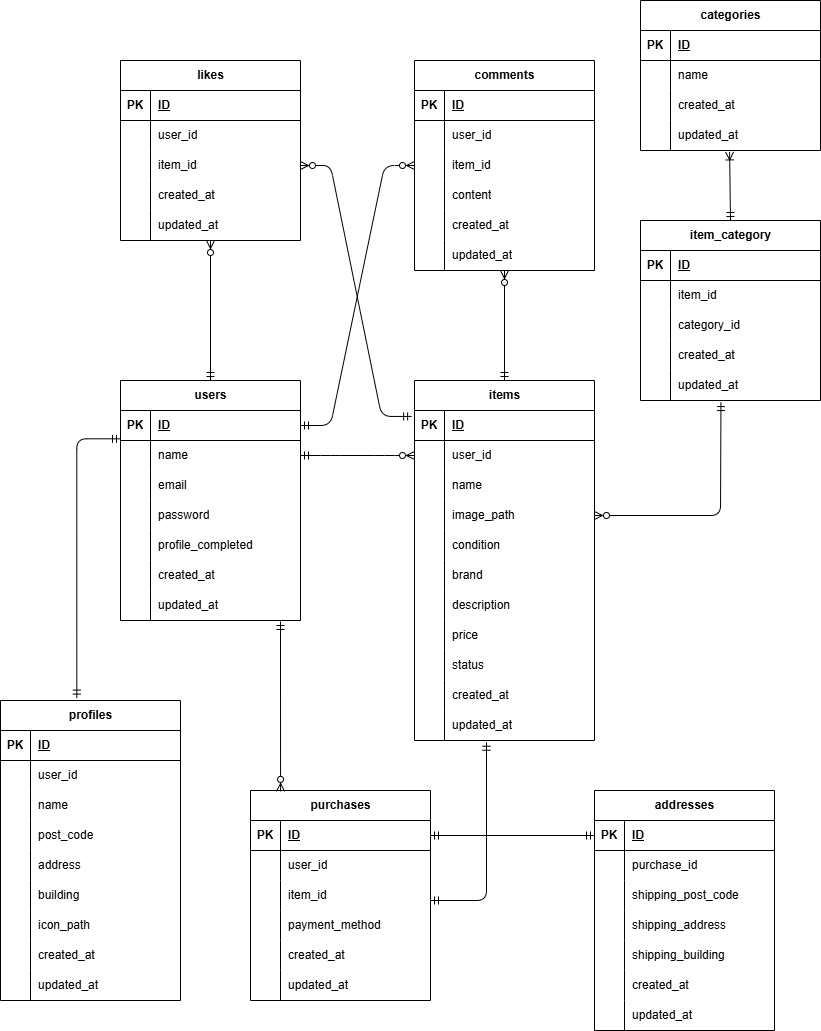
The draw.io diagram flea-market-app.drawio.png in ikemi-yuki/flea-market-app, before a commit. Source tidied: cells renumbered, new cells last; positions are measured from the earlier drawing's top-left corner, leaving out a move shared by most shapes.
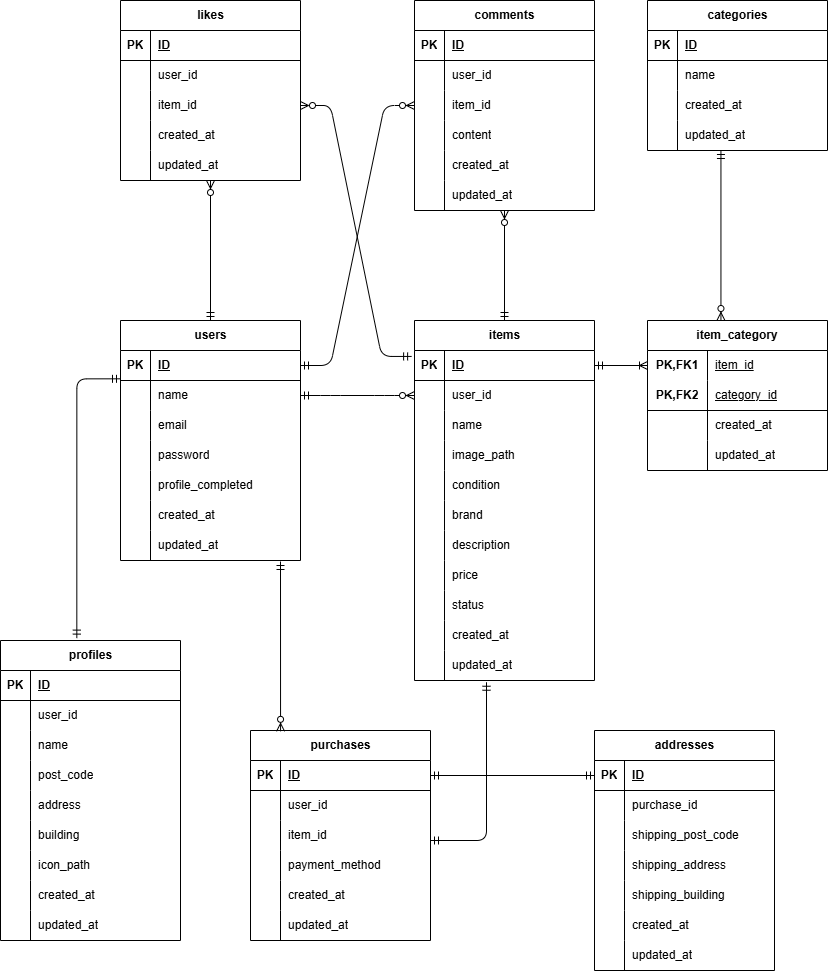
The same file after the commit.

Commit message:
中間テーブル・ER図修正

Change to the diagram source:
```diff
@@ -3,7 +3,7 @@
     <mxCell id="0" />
     <mxCell id="1" parent="0" />
     <mxCell id="2" value="categories" style="shape=table;startSize=30;rowLines=0;fontStyle=1;align=center;html=1;" parent="1" vertex="1">
-      <mxGeometry x="640" width="180" height="150" as="geometry" />
+      <mxGeometry x="647" y="60" width="180" height="150" as="geometry" />
     </mxCell>
     <mxCell id="3" style="shape=tableRow;horizontal=0;startSize=0;swimlaneHead=0;swimlaneBody=0;fillColor=none;top=0;left=0;right=0;bottom=1;" parent="2" vertex="1">
       <mxGeometry y="30" width="180" height="30" as="geometry" />
@@ -107,54 +107,6 @@
     <mxCell id="36" value="updated_at" style="shape=partialRectangle;fillColor=none;top=0;left=0;bottom=0;right=0;align=left;spacingLeft=6;overflow=hidden;whiteSpace=wrap;html=1;" parent="34" vertex="1">
       <mxGeometry x="30" width="150" height="30" as="geometry" />
     </mxCell>
-    <mxCell id="37" value="item_category" style="shape=table;startSize=30;rowLines=0;fontStyle=1;align=center;html=1;" parent="1" vertex="1">
-      <mxGeometry x="640" y="220" width="180" height="180" as="geometry" />
-    </mxCell>
-    <mxCell id="38" style="shape=tableRow;horizontal=0;startSize=0;swimlaneHead=0;swimlaneBody=0;fillColor=none;top=0;left=0;right=0;bottom=1;" parent="37" vertex="1">
-      <mxGeometry y="30" width="180" height="30" as="geometry" />
-    </mxCell>
-    <mxCell id="39" value="PK" style="shape=partialRectangle;fillColor=none;top=0;left=0;bottom=0;right=0;fontStyle=1;overflow=hidden;whiteSpace=wrap;html=1;" parent="38" vertex="1">
-      <mxGeometry width="30" height="30" as="geometry" />
-    </mxCell>
-    <mxCell id="40" value="ID" style="shape=partialRectangle;fillColor=none;top=0;left=0;bottom=0;right=0;align=left;spacingLeft=6;fontStyle=5;overflow=hidden;whiteSpace=wrap;html=1;" parent="38" vertex="1">
-      <mxGeometry x="30" width="150" height="30" as="geometry" />
-    </mxCell>
-    <mxCell id="41" style="shape=tableRow;horizontal=0;startSize=0;swimlaneHead=0;swimlaneBody=0;fillColor=none;top=0;left=0;right=0;bottom=0;" parent="37" vertex="1">
-      <mxGeometry y="60" width="180" height="30" as="geometry" />
-    </mxCell>
-    <mxCell id="42" style="shape=partialRectangle;fillColor=none;top=0;left=0;bottom=0;right=0;overflow=hidden;whiteSpace=wrap;html=1;" parent="41" vertex="1">
-      <mxGeometry width="30" height="30" as="geometry" />
-    </mxCell>
-    <mxCell id="43" value="item_id" style="shape=partialRectangle;fillColor=none;top=0;left=0;bottom=0;right=0;align=left;spacingLeft=6;overflow=hidden;whiteSpace=wrap;html=1;" parent="41" vertex="1">
-      <mxGeometry x="30" width="150" height="30" as="geometry" />
-    </mxCell>
-    <mxCell id="44" style="shape=tableRow;horizontal=0;startSize=0;swimlaneHead=0;swimlaneBody=0;fillColor=none;top=0;left=0;right=0;bottom=0;" parent="37" vertex="1">
-      <mxGeometry y="90" width="180" height="30" as="geometry" />
-    </mxCell>
-    <mxCell id="45" style="shape=partialRectangle;fillColor=none;top=0;left=0;bottom=0;right=0;overflow=hidden;whiteSpace=wrap;html=1;" parent="44" vertex="1">
-      <mxGeometry width="30" height="30" as="geometry" />
-    </mxCell>
-    <mxCell id="46" value="category_id" style="shape=partialRectangle;fillColor=none;top=0;left=0;bottom=0;right=0;align=left;spacingLeft=6;overflow=hidden;whiteSpace=wrap;html=1;" parent="44" vertex="1">
-      <mxGeometry x="30" width="150" height="30" as="geometry" />
-    </mxCell>
-    <mxCell id="47" style="shape=tableRow;horizontal=0;startSize=0;swimlaneHead=0;swimlaneBody=0;fillColor=none;top=0;left=0;right=0;bottom=0;" parent="37" vertex="1">
-      <mxGeometry y="120" width="180" height="30" as="geometry" />
-    </mxCell>
-    <mxCell id="48" style="shape=partialRectangle;fillColor=none;top=0;left=0;bottom=0;right=0;overflow=hidden;whiteSpace=wrap;html=1;" parent="47" vertex="1">
-      <mxGeometry width="30" height="30" as="geometry" />
-    </mxCell>
-    <mxCell id="49" value="created_at" style="shape=partialRectangle;fillColor=none;top=0;left=0;bottom=0;right=0;align=left;spacingLeft=6;overflow=hidden;whiteSpace=wrap;html=1;" parent="47" vertex="1">
-      <mxGeometry x="30" width="150" height="30" as="geometry" />
-    </mxCell>
-    <mxCell id="50" style="shape=tableRow;horizontal=0;startSize=0;swimlaneHead=0;swimlaneBody=0;fillColor=none;points=[[0,0.5],[1,0.5]];portConstraint=eastwest;top=0;left=0;right=0;bottom=0;" parent="37" vertex="1">
-      <mxGeometry y="150" width="180" height="30" as="geometry" />
-    </mxCell>
-    <mxCell id="51" style="shape=partialRectangle;fillColor=none;top=0;left=0;bottom=0;right=0;overflow=hidden;whiteSpace=wrap;html=1;" parent="50" vertex="1">
-      <mxGeometry width="30" height="30" as="geometry" />
-    </mxCell>
-    <mxCell id="52" value="updated_at" style="shape=partialRectangle;fillColor=none;top=0;left=0;bottom=0;right=0;align=left;spacingLeft=6;overflow=hidden;whiteSpace=wrap;html=1;" parent="50" vertex="1">
-      <mxGeometry x="30" width="150" height="30" as="geometry" />
-    </mxCell>
     <mxCell id="53" value="addresses" style="shape=table;startSize=30;rowLines=0;fontStyle=1;align=center;html=1;" parent="1" vertex="1">
       <mxGeometry x="594" y="790" width="180" height="240" as="geometry" />
     </mxCell>
@@ -587,15 +539,11 @@
     <mxCell id="196" style="fontSize=12;html=1;endArrow=ERzeroToMany;startArrow=ERmandOne;exitX=0.5;exitY=0;exitDx=0;exitDy=0;" parent="1" edge="1" source="141" target="138">
       <mxGeometry relative="1" as="geometry" />
     </mxCell>
-    <mxCell id="197" style="fontSize=12;html=1;endArrow=ERoneToMany;startArrow=ERmandOne;exitX=0.5;exitY=0;exitDx=0;exitDy=0;entryX=0.495;entryY=1.047;entryDx=0;entryDy=0;entryPerimeter=0;" parent="1" edge="1" source="37" target="12">
+    <mxCell id="197" style="fontSize=12;html=1;endArrow=ERmandOne;startArrow=ERzeroToMany;exitX=0.408;exitY=0;exitDx=0;exitDy=0;entryX=0.408;entryY=1;entryDx=0;entryDy=0;startFill=0;endFill=0;entryPerimeter=0;exitPerimeter=0;" parent="1" edge="1" source="37" target="12">
       <mxGeometry relative="1" as="geometry" />
     </mxCell>
-    <mxCell id="198" style="fontSize=12;html=1;endArrow=ERzeroToMany;startArrow=ERmandOne;exitX=0.447;exitY=1.069;exitDx=0;exitDy=0;exitPerimeter=0;entryX=1;entryY=0.5;entryDx=0;entryDy=0;endFill=0;" parent="1" edge="1" source="50" target="151">
-      <mxGeometry relative="1" as="geometry">
-        <Array as="points">
-          <mxPoint x="720" y="515" />
-        </Array>
-      </mxGeometry>
+    <mxCell id="198" style="fontSize=12;html=1;endArrow=ERmandOne;startArrow=ERoneToMany;entryX=1;entryY=0.5;entryDx=0;entryDy=0;endFill=0;exitX=0;exitY=0.5;exitDx=0;exitDy=0;startFill=0;" parent="1" edge="1" source="202" target="142">
+      <mxGeometry relative="1" as="geometry" />
     </mxCell>
     <mxCell id="199" style="fontSize=12;html=1;endArrow=ERmandOne;startArrow=ERmandOne;entryX=0.4;entryY=1.058;entryDx=0;entryDy=0;entryPerimeter=0;" parent="1" edge="1" target="172">
       <mxGeometry relative="1" as="geometry">
@@ -613,5 +561,44 @@
     <mxCell id="201" style="fontSize=12;html=1;endArrow=ERmandOne;startArrow=ERmandOne;exitX=0;exitY=0.5;exitDx=0;exitDy=0;entryX=1;entryY=0.5;entryDx=0;entryDy=0;" parent="1" edge="1" source="54" target="104">
       <mxGeometry relative="1" as="geometry" />
     </mxCell>
+    <mxCell id="37" value="&lt;span style=&quot;color: rgb(0, 0, 0); text-wrap-mode: nowrap;&quot;&gt;item_category&lt;/span&gt;" style="shape=table;startSize=30;rowLines=0;fontStyle=1;align=center;html=1;whiteSpace=wrap;" parent="1" vertex="1">
+      <mxGeometry x="647" y="380" width="180" height="150" as="geometry" />
+    </mxCell>
+    <mxCell id="202" style="shape=tableRow;horizontal=0;startSize=0;swimlaneHead=0;swimlaneBody=0;fillColor=none;points=[[0,0.5],[1,0.5]];portConstraint=eastwest;top=0;left=0;right=0;bottom=0;html=1;" parent="37" vertex="1">
+      <mxGeometry y="30" width="180" height="30" as="geometry" />
+    </mxCell>
+    <mxCell id="203" value="PK,FK1" style="shape=partialRectangle;fillColor=none;top=0;left=0;bottom=0;right=0;fontStyle=1;overflow=hidden;html=1;whiteSpace=wrap;" parent="202" vertex="1">
+      <mxGeometry width="60" height="30" as="geometry" />
+    </mxCell>
+    <mxCell id="43" value="&lt;span style=&quot;color: rgb(0, 0, 0); font-weight: 400;&quot;&gt;item_id&lt;/span&gt;" style="shape=partialRectangle;fillColor=none;top=0;left=0;bottom=0;right=0;align=left;spacingLeft=6;fontStyle=5;overflow=hidden;html=1;whiteSpace=wrap;" parent="202" vertex="1">
+      <mxGeometry x="60" width="120" height="30" as="geometry" />
+    </mxCell>
+    <mxCell id="204" style="shape=tableRow;horizontal=0;startSize=0;swimlaneHead=0;swimlaneBody=0;fillColor=none;top=0;left=0;right=0;bottom=1;html=1;" parent="37" vertex="1">
+      <mxGeometry y="60" width="180" height="30" as="geometry" />
+    </mxCell>
+    <mxCell id="205" value="PK,FK2" style="shape=partialRectangle;fillColor=none;top=0;left=0;bottom=0;right=0;fontStyle=1;overflow=hidden;html=1;whiteSpace=wrap;" parent="204" vertex="1">
+      <mxGeometry width="60" height="30" as="geometry" />
+    </mxCell>
+    <mxCell id="46" value="&lt;span style=&quot;color: rgb(0, 0, 0); font-weight: 400;&quot;&gt;category_id&lt;/span&gt;" style="shape=partialRectangle;fillColor=none;top=0;left=0;bottom=0;right=0;align=left;spacingLeft=6;fontStyle=5;overflow=hidden;html=1;whiteSpace=wrap;" parent="204" vertex="1">
+      <mxGeometry x="60" width="120" height="30" as="geometry" />
+    </mxCell>
+    <mxCell id="206" style="shape=tableRow;horizontal=0;startSize=0;swimlaneHead=0;swimlaneBody=0;fillColor=none;top=0;left=0;right=0;bottom=0;html=1;" parent="37" vertex="1">
+      <mxGeometry y="90" width="180" height="30" as="geometry" />
+    </mxCell>
+    <mxCell id="207" style="shape=partialRectangle;fillColor=none;top=0;left=0;bottom=0;right=0;overflow=hidden;html=1;whiteSpace=wrap;" parent="206" vertex="1">
+      <mxGeometry width="60" height="30" as="geometry" />
+    </mxCell>
+    <mxCell id="49" value="&lt;span style=&quot;color: rgb(0, 0, 0);&quot;&gt;created_at&lt;/span&gt;" style="shape=partialRectangle;fillColor=none;top=0;left=0;bottom=0;right=0;align=left;spacingLeft=6;overflow=hidden;html=1;whiteSpace=wrap;" parent="206" vertex="1">
+      <mxGeometry x="60" width="120" height="30" as="geometry" />
+    </mxCell>
+    <mxCell id="208" style="shape=tableRow;horizontal=0;startSize=0;swimlaneHead=0;swimlaneBody=0;fillColor=none;top=0;left=0;right=0;bottom=0;html=1;" parent="37" vertex="1">
+      <mxGeometry y="120" width="180" height="30" as="geometry" />
+    </mxCell>
+    <mxCell id="209" style="shape=partialRectangle;fillColor=none;top=0;left=0;bottom=0;right=0;overflow=hidden;html=1;whiteSpace=wrap;" parent="208" vertex="1">
+      <mxGeometry width="60" height="30" as="geometry" />
+    </mxCell>
+    <mxCell id="52" value="&lt;span style=&quot;color: rgb(0, 0, 0);&quot;&gt;updated_at&lt;/span&gt;" style="shape=partialRectangle;fillColor=none;top=0;left=0;bottom=0;right=0;align=left;spacingLeft=6;overflow=hidden;html=1;whiteSpace=wrap;" parent="208" vertex="1">
+      <mxGeometry x="60" width="120" height="30" as="geometry" />
+    </mxCell>
   </root>
 </mxGraphModel>
```
